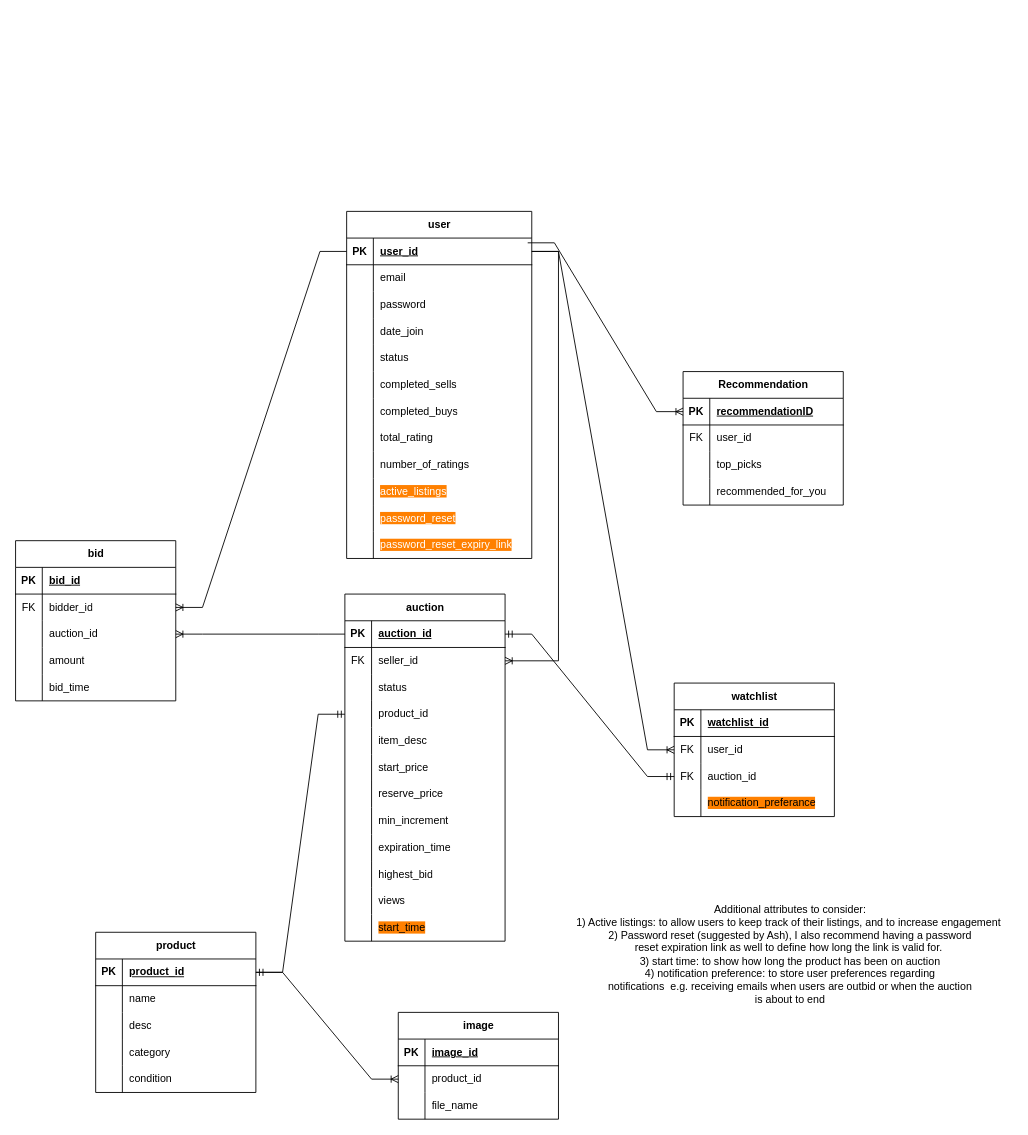
This is Untitled Diagram.drawio from TufayelM/auction_website, a draw.io file, before an edit. Source tidied: cells renumbered, new cells numbered last; positions are measured from the earlier drawing's top-left corner, leaving out a move shared by most shapes. Both pictures are drawn from the tidied source at 89%, with x=0, y=0 at pixel (15, 211).
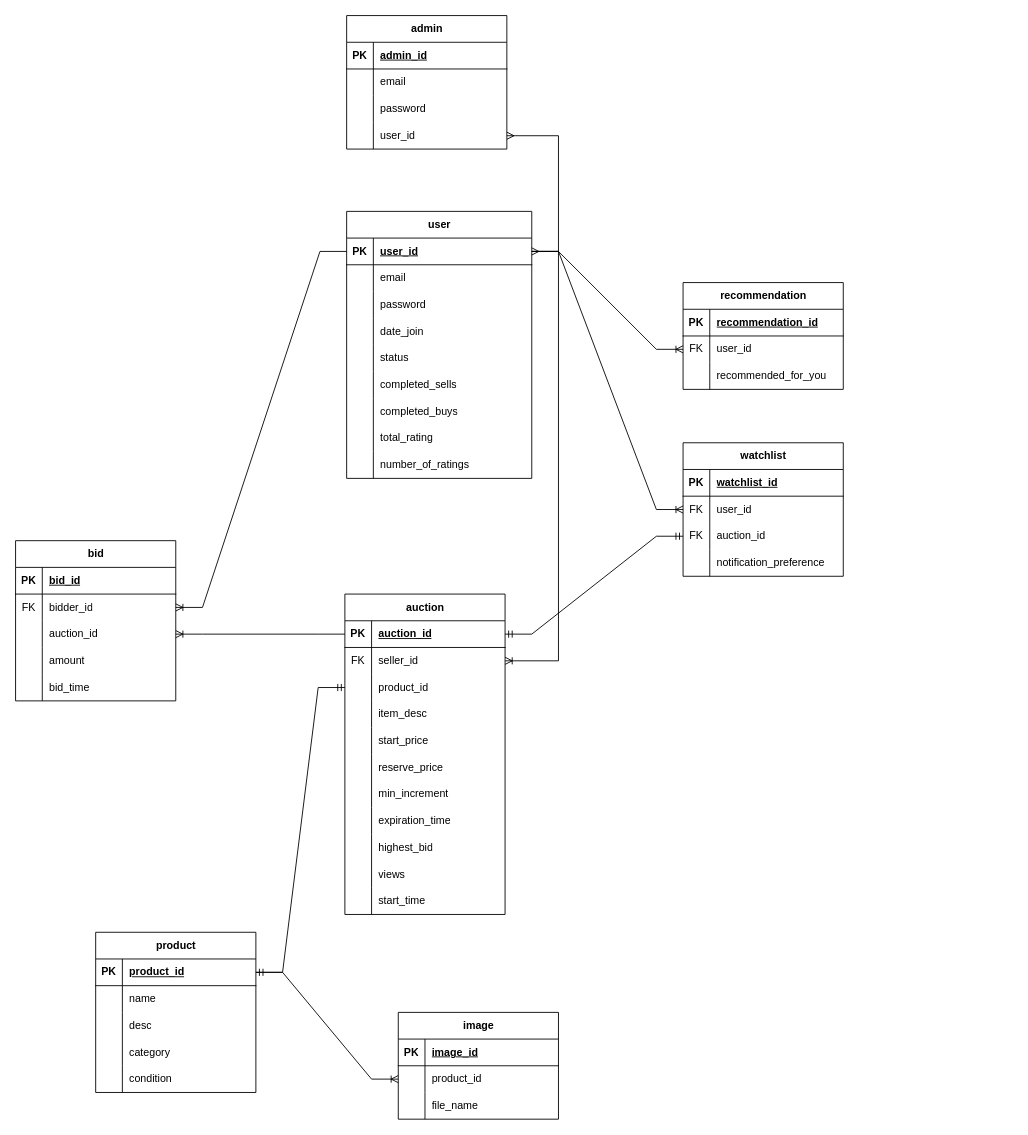
After the change.

The change refers to these unchanged cells:
```xml
<mxCell id="3" style="shape=tableRow;horizontal=0;startSize=0;swimlaneHead=0;swimlaneBody=0;fillColor=none;points=[[0,0.5],[1,0.5]];portConstraint=eastwest;top=0;left=0;right=0;bottom=1;" parent="2" vertex="1">
  <mxGeometry y="30" width="208" height="30" as="geometry" />
</mxCell>
<mxCell id="133" style="shape=tableRow;horizontal=0;startSize=0;swimlaneHead=0;swimlaneBody=0;fillColor=none;top=0;left=0;right=0;bottom=0;" parent="123" vertex="1">
  <mxGeometry y="120" width="180" height="30" as="geometry" />
</mxCell>
<mxCell id="139" style="shape=tableRow;horizontal=0;startSize=0;swimlaneHead=0;swimlaneBody=0;fillColor=none;points=[[0,0.5],[1,0.5]];portConstraint=eastwest;top=0;left=0;right=0;bottom=1;" parent="138" vertex="1">
  <mxGeometry y="30" width="180" height="30" as="geometry" />
</mxCell>
<mxCell id="142" style="shape=tableRow;horizontal=0;startSize=0;swimlaneHead=0;swimlaneBody=0;fillColor=none;points=[[0,0.5],[1,0.5]];portConstraint=eastwest;top=0;left=0;right=0;bottom=0;" parent="138" vertex="1">
  <mxGeometry y="60" width="180" height="30" as="geometry" />
</mxCell>
```

What changed in the source:
```diff
@@
     <mxCell id="2" value="user" style="shape=table;startSize=30;childLayout=tableLayout;rowLines=0;fontStyle=1;align=center;html=1;" parent="1" vertex="1">
-      <mxGeometry x="372" width="208" height="390" as="geometry" />
+      <mxGeometry x="372" width="208" height="300" as="geometry" />
     </mxCell>
@@
-    <mxCell id="30" style="shape=tableRow;horizontal=0;startSize=0;swimlaneHead=0;swimlaneBody=0;fillColor=none;top=0;left=0;right=0;bottom=0;" parent="2" vertex="1">
-      <mxGeometry y="300" width="208" height="30" as="geometry" />
-    </mxCell>
-    <mxCell id="31" style="shape=partialRectangle;fillColor=none;top=0;left=0;bottom=0;right=0;overflow=hidden;whiteSpace=wrap;html=1;" parent="30" vertex="1">
-      <mxGeometry width="30" height="30" as="geometry" />
-    </mxCell>
-    <mxCell id="32" value="&lt;font color=&quot;#ffffff&quot; style=&quot;--darkreader-inline-color: #e8e6e3; background-color: rgb(255, 128, 0); --darkreader-inline-bgcolor: #cc6600;&quot;&gt;active_listings&lt;/font&gt;" style="shape=partialRectangle;fillColor=none;top=0;left=0;bottom=0;right=0;align=left;spacingLeft=6;overflow=hidden;whiteSpace=wrap;html=1;" parent="30" vertex="1">
-      <mxGeometry x="30" width="178" height="30" as="geometry" />
-    </mxCell>
-    <mxCell id="33" style="shape=tableRow;horizontal=0;startSize=0;swimlaneHead=0;swimlaneBody=0;fillColor=none;top=0;left=0;right=0;bottom=0;" parent="2" vertex="1">
-      <mxGeometry y="330" width="208" height="30" as="geometry" />
-    </mxCell>
-    <mxCell id="34" style="shape=partialRectangle;fillColor=none;top=0;left=0;bottom=0;right=0;overflow=hidden;whiteSpace=wrap;html=1;" parent="33" vertex="1">
-      <mxGeometry width="30" height="30" as="geometry" />
-    </mxCell>
-    <mxCell id="35" value="&lt;font color=&quot;#ffffff&quot; style=&quot;--darkreader-inline-color: #e8e6e3; background-color: rgb(255, 128, 0); --darkreader-inline-bgcolor: #cc6600;&quot;&gt;password_reset&lt;/font&gt;" style="shape=partialRectangle;fillColor=none;top=0;left=0;bottom=0;right=0;align=left;spacingLeft=6;overflow=hidden;whiteSpace=wrap;html=1;" parent="33" vertex="1">
-      <mxGeometry x="30" width="178" height="30" as="geometry" />
-    </mxCell>
-    <mxCell id="36" style="shape=tableRow;horizontal=0;startSize=0;swimlaneHead=0;swimlaneBody=0;fillColor=none;top=0;left=0;right=0;bottom=0;" parent="2" vertex="1">
-      <mxGeometry y="360" width="208" height="30" as="geometry" />
-    </mxCell>
-    <mxCell id="37" style="shape=partialRectangle;fillColor=none;top=0;left=0;bottom=0;right=0;overflow=hidden;whiteSpace=wrap;html=1;" parent="36" vertex="1">
-      <mxGeometry width="30" height="30" as="geometry" />
-    </mxCell>
-    <mxCell id="38" value="&lt;font color=&quot;#ffffff&quot; style=&quot;--darkreader-inline-color: #e8e6e3; background-color: rgb(255, 128, 0); --darkreader-inline-bgcolor: #cc6600;&quot;&gt;password_reset_expiry_link&lt;/font&gt;" style="shape=partialRectangle;fillColor=none;top=0;left=0;bottom=0;right=0;align=left;spacingLeft=6;overflow=hidden;whiteSpace=wrap;html=1;" parent="36" vertex="1">
-      <mxGeometry x="30" width="178" height="30" as="geometry" />
-    </mxCell>
@@
     <mxCell id="55" value="auction" style="shape=table;startSize=30;childLayout=tableLayout;rowLines=0;fontStyle=1;align=center;html=1;" parent="1" vertex="1">
-      <mxGeometry x="370" y="430" width="180" height="390" as="geometry" />
+      <mxGeometry x="370" y="430" width="180" height="360" as="geometry" />
     </mxCell>
@@
-    <mxCell id="62" style="shape=tableRow;horizontal=0;startSize=0;swimlaneHead=0;swimlaneBody=0;fillColor=none;top=0;left=0;right=0;bottom=0;" parent="55" vertex="1">
-      <mxGeometry y="90" width="180" height="30" as="geometry" />
-    </mxCell>
-    <mxCell id="63" style="shape=partialRectangle;fillColor=none;top=0;left=0;bottom=0;right=0;overflow=hidden;whiteSpace=wrap;html=1;" parent="62" vertex="1">
-      <mxGeometry width="30" height="30" as="geometry" />
-    </mxCell>
-    <mxCell id="64" value="status" style="shape=partialRectangle;fillColor=none;top=0;left=0;bottom=0;right=0;align=left;spacingLeft=6;overflow=hidden;whiteSpace=wrap;html=1;" parent="62" vertex="1">
-      <mxGeometry x="30" width="150" height="30" as="geometry" />
-    </mxCell>
     <mxCell id="65" style="shape=tableRow;horizontal=0;startSize=0;swimlaneHead=0;swimlaneBody=0;fillColor=none;points=[[0,0.5],[1,0.5]];portConstraint=eastwest;top=0;left=0;right=0;bottom=0;" parent="55" vertex="1">
-      <mxGeometry y="120" width="180" height="30" as="geometry" />
+      <mxGeometry y="90" width="180" height="30" as="geometry" />
     </mxCell>
@@
     <mxCell id="68" style="shape=tableRow;horizontal=0;startSize=0;swimlaneHead=0;swimlaneBody=0;fillColor=none;top=0;left=0;right=0;bottom=0;" parent="55" vertex="1">
-      <mxGeometry y="150" width="180" height="30" as="geometry" />
+      <mxGeometry y="120" width="180" height="30" as="geometry" />
     </mxCell>
@@
     <mxCell id="71" style="shape=tableRow;horizontal=0;startSize=0;swimlaneHead=0;swimlaneBody=0;fillColor=none;top=0;left=0;right=0;bottom=0;" parent="55" vertex="1">
-      <mxGeometry y="180" width="180" height="30" as="geometry" />
+      <mxGeometry y="150" width="180" height="30" as="geometry" />
     </mxCell>
@@
     <mxCell id="74" style="shape=tableRow;horizontal=0;startSize=0;swimlaneHead=0;swimlaneBody=0;fillColor=none;top=0;left=0;right=0;bottom=0;" parent="55" vertex="1">
-      <mxGeometry y="210" width="180" height="30" as="geometry" />
+      <mxGeometry y="180" width="180" height="30" as="geometry" />
     </mxCell>
@@
     <mxCell id="77" style="shape=tableRow;horizontal=0;startSize=0;swimlaneHead=0;swimlaneBody=0;fillColor=none;top=0;left=0;right=0;bottom=0;" parent="55" vertex="1">
-      <mxGeometry y="240" width="180" height="30" as="geometry" />
+      <mxGeometry y="210" width="180" height="30" as="geometry" />
     </mxCell>
@@
     <mxCell id="80" style="shape=tableRow;horizontal=0;startSize=0;swimlaneHead=0;swimlaneBody=0;fillColor=none;top=0;left=0;right=0;bottom=0;" parent="55" vertex="1">
-      <mxGeometry y="270" width="180" height="30" as="geometry" />
+      <mxGeometry y="240" width="180" height="30" as="geometry" />
     </mxCell>
@@
     <mxCell id="83" style="shape=tableRow;horizontal=0;startSize=0;swimlaneHead=0;swimlaneBody=0;fillColor=none;top=0;left=0;right=0;bottom=0;" parent="55" vertex="1">
-      <mxGeometry y="300" width="180" height="30" as="geometry" />
+      <mxGeometry y="270" width="180" height="30" as="geometry" />
     </mxCell>
@@
     <mxCell id="86" style="shape=tableRow;horizontal=0;startSize=0;swimlaneHead=0;swimlaneBody=0;fillColor=none;top=0;left=0;right=0;bottom=0;" parent="55" vertex="1">
-      <mxGeometry y="330" width="180" height="30" as="geometry" />
+      <mxGeometry y="300" width="180" height="30" as="geometry" />
     </mxCell>
@@
     <mxCell id="89" style="shape=tableRow;horizontal=0;startSize=0;swimlaneHead=0;swimlaneBody=0;fillColor=none;top=0;left=0;right=0;bottom=0;" parent="55" vertex="1">
-      <mxGeometry y="360" width="180" height="30" as="geometry" />
+      <mxGeometry y="330" width="180" height="30" as="geometry" />
     </mxCell>
@@
-    <mxCell id="91" value="&lt;span style=&quot;background-color: rgb(255, 128, 0); --darkreader-inline-bgcolor: #cc6600;&quot;&gt;start_time&lt;/span&gt;" style="shape=partialRectangle;fillColor=none;top=0;left=0;bottom=0;right=0;align=left;spacingLeft=6;overflow=hidden;whiteSpace=wrap;html=1;" parent="89" vertex="1">
+    <mxCell id="91" value="&lt;span style=&quot;--darkreader-inline-bgcolor: #cc6600; background-color: rgb(255, 255, 255);&quot;&gt;start_time&lt;/span&gt;" style="shape=partialRectangle;fillColor=none;top=0;left=0;bottom=0;right=0;align=left;spacingLeft=6;overflow=hidden;whiteSpace=wrap;html=1;" parent="89" vertex="1">
       <mxGeometry x="30" width="150" height="30" as="geometry" />
     </mxCell>
@@
     <mxCell id="123" value="watchlist" style="shape=table;startSize=30;childLayout=tableLayout;rowLines=0;fontStyle=1;align=center;html=1;" parent="1" vertex="1">
-      <mxGeometry x="740" y="530" width="180" height="150" as="geometry" />
+      <mxGeometry x="750" y="260" width="180" height="150" as="geometry" />
     </mxCell>
@@
-    <mxCell id="135" value="&lt;span style=&quot;background-color: rgb(255, 128, 0); --darkreader-inline-bgcolor: #cc6600;&quot;&gt;notification_preferance&lt;/span&gt;" style="shape=partialRectangle;fillColor=none;top=0;left=0;bottom=0;right=0;align=left;spacingLeft=6;overflow=hidden;whiteSpace=wrap;html=1;" parent="133" vertex="1">
+    <mxCell id="135" value="&lt;span style=&quot;--darkreader-inline-bgcolor: #cc6600; background-color: rgb(255, 255, 255);&quot;&gt;notification_preference&lt;/span&gt;" style="shape=partialRectangle;fillColor=none;top=0;left=0;bottom=0;right=0;align=left;spacingLeft=6;overflow=hidden;whiteSpace=wrap;html=1;" parent="133" vertex="1">
       <mxGeometry x="30" width="150" height="30" as="geometry" />
     </mxCell>
@@
-    <mxCell id="138" value="Recommendation" style="shape=table;startSize=30;childLayout=tableLayout;rowLines=0;fontStyle=1;align=center;html=1;" parent="1" vertex="1">
-      <mxGeometry x="750" y="180" width="180" height="150" as="geometry" />
+    <mxCell id="138" value="recommendation" style="shape=table;startSize=30;childLayout=tableLayout;rowLines=0;fontStyle=1;align=center;html=1;" parent="1" vertex="1">
+      <mxGeometry x="750" y="80" width="180" height="120" as="geometry" />
     </mxCell>
@@
-    <mxCell id="141" value="recommendationID" style="shape=partialRectangle;fillColor=none;top=0;left=0;bottom=0;right=0;align=left;spacingLeft=6;fontStyle=5;overflow=hidden;whiteSpace=wrap;html=1;" parent="139" vertex="1">
+    <mxCell id="141" value="recommendation_id" style="shape=partialRectangle;fillColor=none;top=0;left=0;bottom=0;right=0;align=left;spacingLeft=6;fontStyle=5;overflow=hidden;whiteSpace=wrap;html=1;" parent="139" vertex="1">
       <mxGeometry x="30" width="150" height="30" as="geometry" />
     </mxCell>
@@
-    <mxCell id="145" style="shape=tableRow;horizontal=0;startSize=0;swimlaneHead=0;swimlaneBody=0;fillColor=none;top=0;left=0;right=0;bottom=0;" parent="138" vertex="1">
-      <mxGeometry y="90" width="180" height="30" as="geometry" />
-    </mxCell>
-    <mxCell id="146" style="shape=partialRectangle;fillColor=none;top=0;left=0;bottom=0;right=0;overflow=hidden;whiteSpace=wrap;html=1;" parent="145" vertex="1">
-      <mxGeometry width="30" height="30" as="geometry" />
-    </mxCell>
-    <mxCell id="147" value="top_picks" style="shape=partialRectangle;fillColor=none;top=0;left=0;bottom=0;right=0;align=left;spacingLeft=6;overflow=hidden;whiteSpace=wrap;html=1;" parent="145" vertex="1">
-      <mxGeometry x="30" width="150" height="30" as="geometry" />
-    </mxCell>
     <mxCell id="148" style="shape=tableRow;horizontal=0;startSize=0;swimlaneHead=0;swimlaneBody=0;fillColor=none;top=0;left=0;right=0;bottom=0;" parent="138" vertex="1">
-      <mxGeometry y="120" width="180" height="30" as="geometry" />
+      <mxGeometry y="90" width="180" height="30" as="geometry" />
     </mxCell>
@@
-    <mxCell id="151" style="edgeStyle=entityRelationEdgeStyle;fontSize=12;html=1;endArrow=ERoneToMany;rounded=0;entryX=0;entryY=0.5;entryDx=0;entryDy=0;exitX=0.978;exitY=0.178;exitDx=0;exitDy=0;exitPerimeter=0;" parent="1" edge="1" source="3" target="139">
+    <mxCell id="151" style="edgeStyle=entityRelationEdgeStyle;fontSize=12;html=1;endArrow=ERoneToMany;rounded=0;entryX=0;entryY=0.5;entryDx=0;entryDy=0;exitX=1;exitY=0.5;exitDx=0;exitDy=0;" parent="1" edge="1" source="3" target="142">
       <mxGeometry relative="1" as="geometry" />
     </mxCell>
-    <mxCell id="152" value="Additional attributes to consider:&lt;br&gt;1) Active listings: to allow users to keep track of their listings, and to increase engagement&amp;nbsp;&lt;br&gt;2) Password reset (suggested by Ash), I also recommend having a password&lt;br&gt;reset expiration link as well to define how long the link is valid for.&amp;nbsp;&lt;br&gt;3) start time: to show how long the product has been on auction&lt;br&gt;4) notification preference: to store user preferences regarding&lt;br&gt;notifications&amp;nbsp; e.g. receiving emails when users are outbid or when the auction&lt;br&gt;is about to end" style="text;html=1;align=center;verticalAlign=middle;strokeColor=none;fillColor=none;" parent="1" vertex="1">
-      <mxGeometry x="620" y="770" width="500" height="130" as="geometry" />
-    </mxCell>
+    <mxCell id="153" value="admin" style="shape=table;startSize=30;childLayout=tableLayout;rowLines=0;fontStyle=1;align=center;html=1;" parent="1" vertex="1">
+      <mxGeometry x="372" y="-220" width="180" height="150" as="geometry" />
+    </mxCell>
+    <mxCell id="154" style="shape=tableRow;horizontal=0;startSize=0;swimlaneHead=0;swimlaneBody=0;fillColor=none;top=0;left=0;right=0;bottom=1;" parent="153" vertex="1">
+      <mxGeometry y="30" width="180" height="30" as="geometry" />
+    </mxCell>
+    <mxCell id="155" value="PK" style="shape=partialRectangle;fillColor=none;top=0;left=0;bottom=0;right=0;fontStyle=1;overflow=hidden;whiteSpace=wrap;html=1;" parent="154" vertex="1">
+      <mxGeometry width="30" height="30" as="geometry" />
+    </mxCell>
+    <mxCell id="156" value="admin_id" style="shape=partialRectangle;fillColor=none;top=0;left=0;bottom=0;right=0;align=left;spacingLeft=6;fontStyle=5;overflow=hidden;whiteSpace=wrap;html=1;" parent="154" vertex="1">
+      <mxGeometry x="30" width="150" height="30" as="geometry" />
+    </mxCell>
+    <mxCell id="157" style="shape=tableRow;horizontal=0;startSize=0;swimlaneHead=0;swimlaneBody=0;fillColor=none;top=0;left=0;right=0;bottom=0;" parent="153" vertex="1">
+      <mxGeometry y="60" width="180" height="30" as="geometry" />
+    </mxCell>
+    <mxCell id="158" style="shape=partialRectangle;fillColor=none;top=0;left=0;bottom=0;right=0;overflow=hidden;whiteSpace=wrap;html=1;" parent="157" vertex="1">
+      <mxGeometry width="30" height="30" as="geometry" />
+    </mxCell>
+    <mxCell id="159" value="email" style="shape=partialRectangle;fillColor=none;top=0;left=0;bottom=0;right=0;align=left;spacingLeft=6;overflow=hidden;whiteSpace=wrap;html=1;" parent="157" vertex="1">
+      <mxGeometry x="30" width="150" height="30" as="geometry" />
+    </mxCell>
+    <mxCell id="160" style="shape=tableRow;horizontal=0;startSize=0;swimlaneHead=0;swimlaneBody=0;fillColor=none;top=0;left=0;right=0;bottom=0;" parent="153" vertex="1">
+      <mxGeometry y="90" width="180" height="30" as="geometry" />
+    </mxCell>
+    <mxCell id="161" style="shape=partialRectangle;fillColor=none;top=0;left=0;bottom=0;right=0;overflow=hidden;whiteSpace=wrap;html=1;" parent="160" vertex="1">
+      <mxGeometry width="30" height="30" as="geometry" />
+    </mxCell>
+    <mxCell id="162" value="password" style="shape=partialRectangle;fillColor=none;top=0;left=0;bottom=0;right=0;align=left;spacingLeft=6;overflow=hidden;whiteSpace=wrap;html=1;" parent="160" vertex="1">
+      <mxGeometry x="30" width="150" height="30" as="geometry" />
+    </mxCell>
+    <mxCell id="163" style="shape=tableRow;horizontal=0;startSize=0;swimlaneHead=0;swimlaneBody=0;fillColor=none;points=[[0,0.5],[1,0.5]];portConstraint=eastwest;top=0;left=0;right=0;bottom=0;" parent="153" vertex="1">
+      <mxGeometry y="120" width="180" height="30" as="geometry" />
+    </mxCell>
+    <mxCell id="164" style="shape=partialRectangle;fillColor=none;top=0;left=0;bottom=0;right=0;overflow=hidden;whiteSpace=wrap;html=1;" parent="163" vertex="1">
+      <mxGeometry width="30" height="30" as="geometry" />
+    </mxCell>
+    <mxCell id="165" value="user_id" style="shape=partialRectangle;fillColor=none;top=0;left=0;bottom=0;right=0;align=left;spacingLeft=6;overflow=hidden;whiteSpace=wrap;html=1;" parent="163" vertex="1">
+      <mxGeometry x="30" width="150" height="30" as="geometry" />
+    </mxCell>
+    <mxCell id="166" style="edgeStyle=entityRelationEdgeStyle;fontSize=12;html=1;endArrow=ERmany;startArrow=ERmany;rounded=0;" parent="1" edge="1" source="3" target="163">
+      <mxGeometry relative="1" as="geometry" />
+    </mxCell>
```
